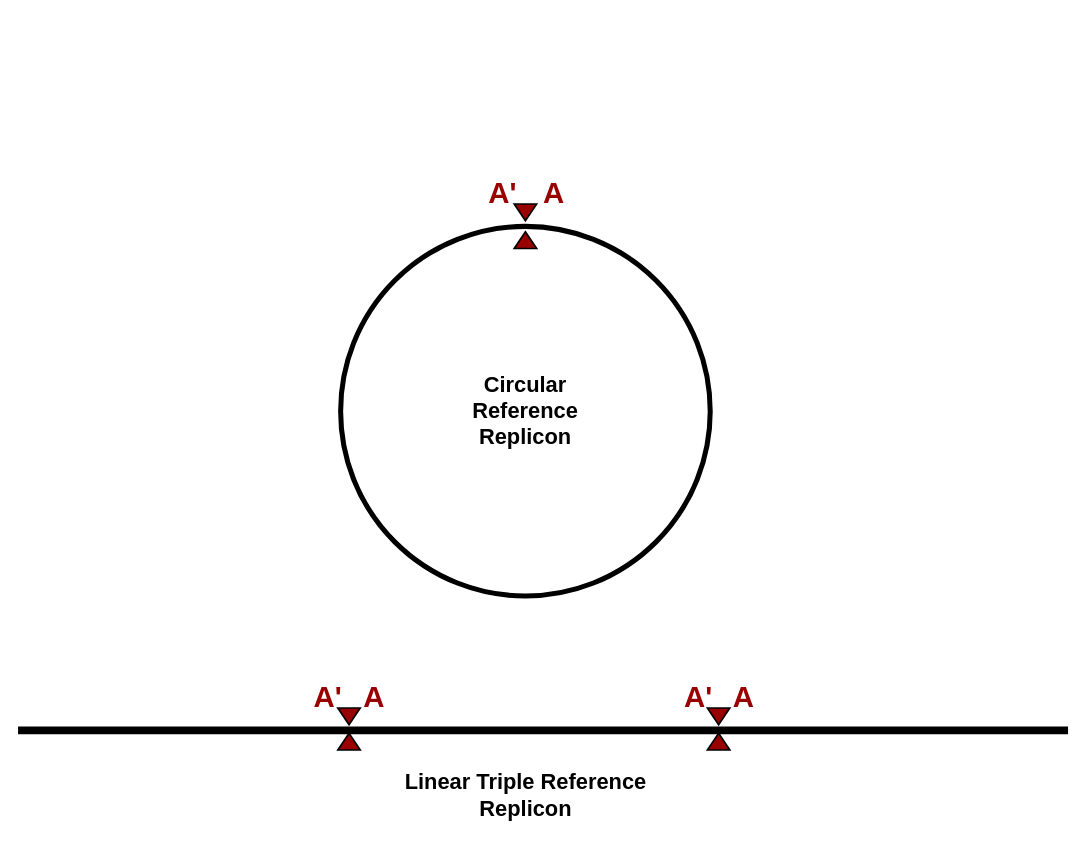
Before: docs/resources/TripleRef.drawio in B-UMMI/LMAS, a draw.io diagram. Source tidied: cells renumbered, new cells numbered last; positions are measured from the earlier drawing's top-left corner, leaving out a move shared by most shapes. Both pictures are drawn from the tidied source at 84%, with x=0, y=0 at pixel (18, 184).
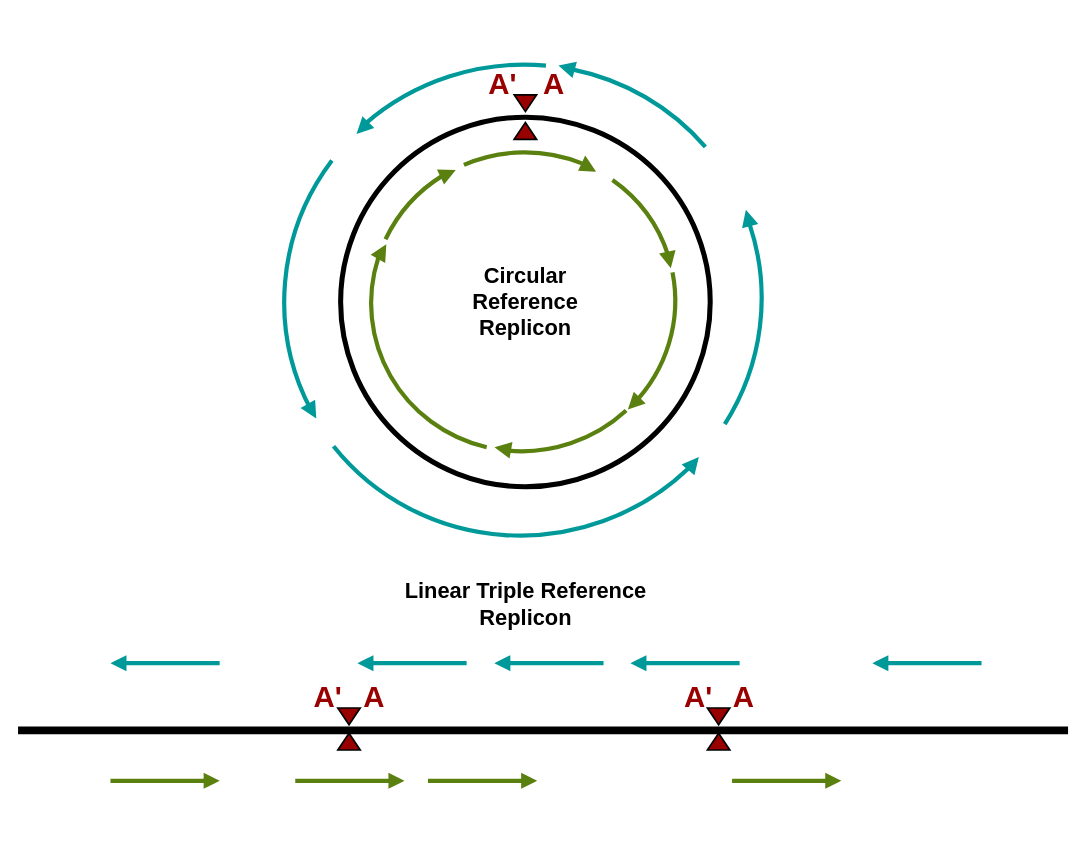
After the change.

Diff of the diagram source:
```diff
@@
+    <mxCell id="18" style="verticalLabelPosition=bottom;verticalAlign=top;html=1;shape=mxgraph.basic.arc;startAngle=0.16398956518868468;endAngle=0.43018623613079626;strokeWidth=5;rotation=77;fillColor=#006666;strokeColor=#009999;" parent="1" vertex="1">
+      <mxGeometry x="320.3" y="-147.4" width="560.1" height="570.3" as="geometry" />
+    </mxCell>
     <mxCell id="2" style="ellipse;whiteSpace=wrap;html=1;fillColor=none;strokeWidth=6;" parent="1" vertex="1">
-      <mxGeometry x="384" y="50" width="440" height="440" as="geometry" />
+      <mxGeometry x="384" y="-80" width="440" height="440" as="geometry" />
     </mxCell>
     <mxCell id="3" value="&lt;b&gt;&lt;font style=&quot;font-size: 26px&quot;&gt;Circular&lt;br&gt;Reference Replicon&lt;/font&gt;&lt;/b&gt;" style="text;html=1;strokeColor=none;fillColor=none;align=center;verticalAlign=middle;whiteSpace=wrap;rounded=0;" parent="1" vertex="1">
-      <mxGeometry x="522" y="220" width="164" height="100" as="geometry" />
+      <mxGeometry x="522" y="90" width="164" height="100" as="geometry" />
     </mxCell>
     <mxCell id="4" style="triangle;whiteSpace=wrap;html=1;strokeWidth=2;rotation=90;fillColor=#990000;" parent="1" vertex="1">
-      <mxGeometry x="594" y="20" width="20" height="26.7" as="geometry" />
+      <mxGeometry x="594" y="-110" width="20" height="26.7" as="geometry" />
     </mxCell>
     <mxCell id="5" style="triangle;whiteSpace=wrap;html=1;strokeWidth=2;rotation=-90;fillColor=#990000;" parent="1" vertex="1">
-      <mxGeometry x="594" y="53" width="20" height="26.7" as="geometry" />
+      <mxGeometry x="594" y="-77" width="20" height="26.7" as="geometry" />
     </mxCell>
@@
     <mxCell id="11" value="&lt;b&gt;&lt;font style=&quot;font-size: 26px&quot;&gt;Linear Triple Reference Replicon&lt;/font&gt;&lt;/b&gt;" style="text;html=1;strokeColor=none;fillColor=none;align=center;verticalAlign=middle;whiteSpace=wrap;rounded=0;" parent="1" vertex="1">
-      <mxGeometry x="429.5" y="676.7" width="349" height="100" as="geometry" />
+      <mxGeometry x="429.5" y="450" width="349" height="100" as="geometry" />
     </mxCell>
     <mxCell id="12" value="&lt;font size=&quot;1&quot; color=&quot;#990000&quot;&gt;&lt;b style=&quot;font-size: 35px&quot;&gt;A'&lt;/b&gt;&lt;/font&gt;" style="text;html=1;strokeColor=none;fillColor=none;align=center;verticalAlign=middle;whiteSpace=wrap;rounded=0;" parent="1" vertex="1">
-      <mxGeometry x="557" width="40" height="20" as="geometry" />
+      <mxGeometry x="557" y="-130" width="40" height="20" as="geometry" />
     </mxCell>
     <mxCell id="13" value="&lt;font size=&quot;1&quot; color=&quot;#990000&quot;&gt;&lt;b style=&quot;font-size: 35px&quot;&gt;A&lt;/b&gt;&lt;/font&gt;" style="text;html=1;strokeColor=none;fillColor=none;align=center;verticalAlign=middle;whiteSpace=wrap;rounded=0;" parent="1" vertex="1">
-      <mxGeometry x="618" width="40" height="20" as="geometry" />
+      <mxGeometry x="618" y="-130" width="40" height="20" as="geometry" />
     </mxCell>
@@
+    <mxCell id="19" style="verticalLabelPosition=bottom;verticalAlign=top;html=1;shape=mxgraph.basic.acute_triangle;dx=0.6;strokeWidth=5;strokeColor=none;fillColor=#5A800F;rotation=115;" parent="1" vertex="1">
+      <mxGeometry x="670" y="-31" width="20" height="20" as="geometry" />
+    </mxCell>
+    <mxCell id="20" style="verticalLabelPosition=bottom;verticalAlign=top;html=1;shape=mxgraph.basic.arc;startAngle=0.7212248541997675;endAngle=0.848352404825749;strokeWidth=5;strokeColor=#5A800F;rotation=77;" parent="1" vertex="1">
+      <mxGeometry x="424.2" y="-41.2" width="355.1" height="361.6" as="geometry" />
+    </mxCell>
+    <mxCell id="21" style="verticalLabelPosition=bottom;verticalAlign=top;html=1;shape=mxgraph.basic.arc;startAngle=0.670650453350704;endAngle=0.8012081911747834;strokeWidth=5;rotation=77;fillColor=#006666;strokeColor=#009999;" parent="1" vertex="1">
+      <mxGeometry x="320.3" y="-147.4" width="560.1" height="570.3" as="geometry" />
+    </mxCell>
+    <mxCell id="22" style="verticalLabelPosition=bottom;verticalAlign=top;html=1;shape=mxgraph.basic.arc;startAngle=0.8851450632786287;endAngle=0.9889652890534704;strokeWidth=5;strokeColor=#5A800F;rotation=77;" parent="1" vertex="1">
+      <mxGeometry x="424.2" y="-41.2" width="355.1" height="361.6" as="geometry" />
+    </mxCell>
+    <mxCell id="23" style="verticalLabelPosition=bottom;verticalAlign=top;html=1;shape=mxgraph.basic.arc;startAngle=0.6053701952322192;endAngle=0.6972565997559161;strokeWidth=5;strokeColor=#5A800F;rotation=77;" parent="1" vertex="1">
+      <mxGeometry x="423.4" y="-41.2" width="355.1" height="361.6" as="geometry" />
+    </mxCell>
+    <mxCell id="24" style="verticalLabelPosition=bottom;verticalAlign=top;html=1;shape=mxgraph.basic.arc;startAngle=0.32379180882521663;endAngle=0.5847217589817983;strokeWidth=5;strokeColor=#5A800F;rotation=77;" parent="1" vertex="1">
+      <mxGeometry x="423.4" y="-40.8" width="355.1" height="361.6" as="geometry" />
+    </mxCell>
+    <mxCell id="25" style="verticalLabelPosition=bottom;verticalAlign=top;html=1;shape=mxgraph.basic.arc;startAngle=0.005077689567513903;endAngle=0.1579566401424476;strokeWidth=5;strokeColor=#5A800F;rotation=77;" parent="1" vertex="1">
+      <mxGeometry x="424.2" y="-40.8" width="355.1" height="361.6" as="geometry" />
+    </mxCell>
+    <mxCell id="26" style="verticalLabelPosition=bottom;verticalAlign=top;html=1;shape=mxgraph.basic.arc;startAngle=0.16635074124727103;endAngle=0.3027434002440838;strokeWidth=5;strokeColor=#5A800F;rotation=77;" parent="1" vertex="1">
+      <mxGeometry x="423.4" y="-40.8" width="355.1" height="361.6" as="geometry" />
+    </mxCell>
+    <mxCell id="27" style="verticalLabelPosition=bottom;verticalAlign=top;html=1;shape=mxgraph.basic.arc;startAngle=0.818819834913422;endAngle=0.9240281228331393;strokeWidth=5;rotation=77;fillColor=#009999;strokeColor=#009999;" parent="1" vertex="1">
+      <mxGeometry x="320.3" y="-147.4" width="560.1" height="570.3" as="geometry" />
+    </mxCell>
+    <mxCell id="28" style="verticalLabelPosition=bottom;verticalAlign=top;html=1;shape=mxgraph.basic.arc;startAngle=0.45980473861092813;endAngle=0.637705336833058;strokeWidth=5;rotation=77;fillColor=#006666;strokeColor=#009999;" parent="1" vertex="1">
+      <mxGeometry x="321.7" y="-147.4" width="560.1" height="570.3" as="geometry" />
+    </mxCell>
+    <mxCell id="29" style="verticalLabelPosition=bottom;verticalAlign=top;html=1;shape=mxgraph.basic.arc;startAngle=0.9852373731390424;endAngle=0.125;strokeWidth=5;rotation=77;fillColor=#006666;strokeColor=#009999;" parent="1" vertex="1">
+      <mxGeometry x="320.3" y="-147.4" width="560.1" height="570.3" as="geometry" />
+    </mxCell>
+    <mxCell id="30" style="verticalLabelPosition=bottom;verticalAlign=top;html=1;shape=mxgraph.basic.acute_triangle;dx=0.5;strokeWidth=5;strokeColor=none;fillColor=#5A800F;rotation=-192;" parent="1" vertex="1">
+      <mxGeometry x="765" y="80" width="20" height="20" as="geometry" />
+    </mxCell>
+    <mxCell id="31" style="verticalLabelPosition=bottom;verticalAlign=top;html=1;shape=mxgraph.basic.acute_triangle;dx=0.5;strokeWidth=5;strokeColor=none;fillColor=#5A800F;rotation=-135;" parent="1" vertex="1">
+      <mxGeometry x="723" y="251" width="20" height="20" as="geometry" />
+    </mxCell>
+    <mxCell id="32" style="verticalLabelPosition=bottom;verticalAlign=top;html=1;shape=mxgraph.basic.acute_triangle;dx=0.5;strokeWidth=5;strokeColor=none;fillColor=#5A800F;rotation=-80;" parent="1" vertex="1">
+      <mxGeometry x="567" y="304.8" width="20" height="20" as="geometry" />
+    </mxCell>
+    <mxCell id="33" style="verticalLabelPosition=bottom;verticalAlign=top;html=1;shape=mxgraph.basic.acute_triangle;dx=0.5;strokeWidth=5;strokeColor=none;fillColor=#5A800F;rotation=30;" parent="1" vertex="1">
+      <mxGeometry x="423.4" y="70" width="20" height="20" as="geometry" />
+    </mxCell>
+    <mxCell id="34" style="verticalLabelPosition=bottom;verticalAlign=top;html=1;shape=mxgraph.basic.acute_triangle;dx=0.5;strokeWidth=5;strokeColor=none;fillColor=#5A800F;rotation=65;" parent="1" vertex="1">
+      <mxGeometry x="502" y="-23" width="20" height="20" as="geometry" />
+    </mxCell>
+    <mxCell id="35" style="verticalLabelPosition=bottom;verticalAlign=top;html=1;shape=mxgraph.basic.acute_triangle;dx=0.5;strokeWidth=5;strokeColor=none;rotation=-75;fillColor=#009999;" parent="1" vertex="1">
+      <mxGeometry x="643" y="-149" width="20" height="20" as="geometry" />
+    </mxCell>
+    <mxCell id="36" style="verticalLabelPosition=bottom;verticalAlign=top;html=1;shape=mxgraph.basic.acute_triangle;dx=0.5;strokeWidth=5;strokeColor=none;rotation=-135;fillColor=#009999;" parent="1" vertex="1">
+      <mxGeometry x="400" y="-77" width="20" height="20" as="geometry" />
+    </mxCell>
+    <mxCell id="37" style="verticalLabelPosition=bottom;verticalAlign=top;html=1;shape=mxgraph.basic.acute_triangle;dx=0.5;strokeWidth=5;strokeColor=none;rotation=-210;fillColor=#009999;" parent="1" vertex="1">
+      <mxGeometry x="340" y="260" width="20" height="20" as="geometry" />
+    </mxCell>
+    <mxCell id="38" style="verticalLabelPosition=bottom;verticalAlign=top;html=1;shape=mxgraph.basic.acute_triangle;dx=0.5;strokeWidth=5;strokeColor=none;rotation=40;fillColor=#009999;" parent="1" vertex="1">
+      <mxGeometry x="794" y="322.3" width="20" height="20" as="geometry" />
+    </mxCell>
+    <mxCell id="39" style="verticalLabelPosition=bottom;verticalAlign=top;html=1;shape=mxgraph.basic.acute_triangle;dx=0.5;strokeWidth=5;strokeColor=none;rotation=-15;fillColor=#009999;" parent="1" vertex="1">
+      <mxGeometry x="859" y="30" width="20" height="20" as="geometry" />
+    </mxCell>
+    <mxCell id="40" style="endArrow=block;html=1;strokeWidth=5;endFill=1;strokeColor=#5A800F;" parent="1" edge="1">
+      <mxGeometry relative="1" as="geometry">
+        <mxPoint x="330" y="710" as="sourcePoint" />
+        <mxPoint x="460" y="710" as="targetPoint" />
+      </mxGeometry>
+    </mxCell>
+    <mxCell id="41" style="endArrow=block;html=1;strokeWidth=5;endFill=1;strokeColor=#5A800F;" parent="1" edge="1">
+      <mxGeometry relative="1" as="geometry">
+        <mxPoint x="110" y="710" as="sourcePoint" />
+        <mxPoint x="240" y="710" as="targetPoint" />
+      </mxGeometry>
+    </mxCell>
+    <mxCell id="42" style="endArrow=block;html=1;strokeWidth=5;endFill=1;strokeColor=#5A800F;" parent="1" edge="1">
+      <mxGeometry relative="1" as="geometry">
+        <mxPoint x="488" y="710" as="sourcePoint" />
+        <mxPoint x="618" y="710" as="targetPoint" />
+      </mxGeometry>
+    </mxCell>
+    <mxCell id="43" style="endArrow=block;html=1;strokeWidth=5;endFill=1;strokeColor=#5A800F;" parent="1" edge="1">
+      <mxGeometry relative="1" as="geometry">
+        <mxPoint x="850" y="710" as="sourcePoint" />
+        <mxPoint x="980" y="710" as="targetPoint" />
+      </mxGeometry>
+    </mxCell>
+    <mxCell id="44" style="endArrow=none;html=1;strokeWidth=5;endFill=0;startArrow=block;startFill=1;strokeColor=#009999;" parent="1" edge="1">
+      <mxGeometry relative="1" as="geometry">
+        <mxPoint x="729" y="570" as="sourcePoint" />
+        <mxPoint x="859" y="570" as="targetPoint" />
+      </mxGeometry>
+    </mxCell>
+    <mxCell id="45" style="endArrow=none;html=1;strokeWidth=5;endFill=0;startArrow=block;startFill=1;strokeColor=#009999;" parent="1" edge="1">
+      <mxGeometry relative="1" as="geometry">
+        <mxPoint x="404" y="570" as="sourcePoint" />
+        <mxPoint x="534" y="570" as="targetPoint" />
+      </mxGeometry>
+    </mxCell>
+    <mxCell id="46" style="endArrow=none;html=1;strokeWidth=5;endFill=0;startArrow=block;startFill=1;strokeColor=#009999;" parent="1" edge="1">
+      <mxGeometry relative="1" as="geometry">
+        <mxPoint x="110" y="570" as="sourcePoint" />
+        <mxPoint x="240" y="570" as="targetPoint" />
+      </mxGeometry>
+    </mxCell>
+    <mxCell id="47" style="endArrow=none;html=1;strokeWidth=5;endFill=0;startArrow=block;startFill=1;strokeColor=#009999;" parent="1" edge="1">
+      <mxGeometry relative="1" as="geometry">
+        <mxPoint x="567" y="570" as="sourcePoint" />
+        <mxPoint x="697" y="570" as="targetPoint" />
+      </mxGeometry>
+    </mxCell>
+    <mxCell id="48" style="endArrow=none;html=1;strokeWidth=5;endFill=0;startArrow=block;startFill=1;strokeColor=#009999;" parent="1" edge="1">
+      <mxGeometry relative="1" as="geometry">
+        <mxPoint x="1017" y="570" as="sourcePoint" />
+        <mxPoint x="1147" y="570" as="targetPoint" />
+      </mxGeometry>
+    </mxCell>
```
